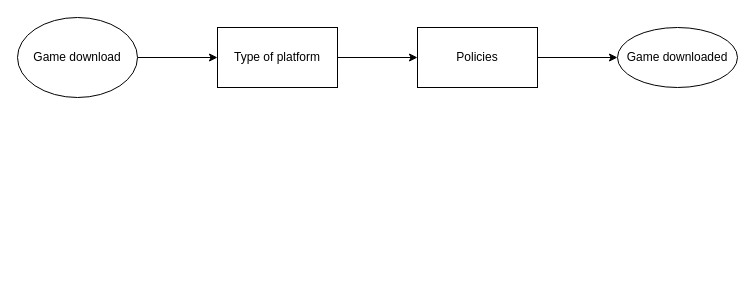
Above: video_game_shop.drawio in samuelroiz/WorkFlows_storage (draw.io), before the change. Source tidied: cells renumbered, new cells numbered last; positions are measured from the earlier drawing's top-left corner, leaving out a move shared by most shapes. Both pictures are drawn from the tidied source at 100%, with x=0, y=0 at pixel (17, 17).
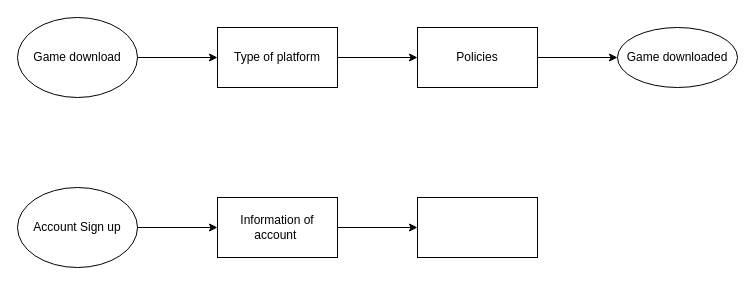
After the change.

What changed in the source:
```diff
@@
 <mxGraphModel>
   <root>
     <mxCell id="0" />
     <mxCell id="1" parent="0" />
     <mxCell id="2" style="edgeStyle=orthogonalEdgeStyle;rounded=0;jettySize=auto;html=1;" parent="1" edge="1" source="3" target="5">
       <mxGeometry relative="1" as="geometry" />
     </mxCell>
     <mxCell id="3" value="Game download" style="ellipse;whiteSpace=wrap;html=1;" parent="1" vertex="1">
       <mxGeometry width="120" height="80" as="geometry" />
     </mxCell>
     <mxCell id="4" style="edgeStyle=orthogonalEdgeStyle;rounded=0;jettySize=auto;html=1;" parent="1" edge="1" source="5" target="7">
       <mxGeometry relative="1" as="geometry" />
     </mxCell>
     <mxCell id="5" value="Type of platform" style="whiteSpace=wrap;html=1;" parent="1" vertex="1">
       <mxGeometry x="200" y="10" width="120" height="60" as="geometry" />
     </mxCell>
     <mxCell id="6" style="edgeStyle=orthogonalEdgeStyle;rounded=0;jettySize=auto;html=1;" parent="1" edge="1" source="7" target="8">
       <mxGeometry relative="1" as="geometry" />
     </mxCell>
     <mxCell id="7" value="Policies" style="whiteSpace=wrap;html=1;" parent="1" vertex="1">
       <mxGeometry x="400" y="10" width="120" height="60" as="geometry" />
     </mxCell>
     <mxCell id="8" value="Game downloaded" style="ellipse;whiteSpace=wrap;html=1;" parent="1" vertex="1">
       <mxGeometry x="600" y="10" width="120" height="60" as="geometry" />
     </mxCell>
+    <mxCell id="9" style="edgeStyle=orthogonalEdgeStyle;rounded=0;jettySize=auto;html=1;" parent="1" edge="1" source="10" target="12">
+      <mxGeometry relative="1" as="geometry" />
+    </mxCell>
+    <mxCell id="10" value="Account Sign up" style="ellipse;whiteSpace=wrap;html=1;" parent="1" vertex="1">
+      <mxGeometry y="170" width="120" height="80" as="geometry" />
+    </mxCell>
+    <mxCell id="11" style="edgeStyle=orthogonalEdgeStyle;rounded=0;jettySize=auto;html=1;" parent="1" edge="1" source="12" target="13">
+      <mxGeometry relative="1" as="geometry" />
+    </mxCell>
+    <mxCell id="12" value="Information of account&amp;nbsp;" style="whiteSpace=wrap;html=1;" parent="1" vertex="1">
+      <mxGeometry x="200" y="180" width="120" height="60" as="geometry" />
+    </mxCell>
+    <mxCell id="13" style="whiteSpace=wrap;html=1;" parent="1" vertex="1">
+      <mxGeometry x="400" y="180" width="120" height="60" as="geometry" />
+    </mxCell>
   </root>
 </mxGraphModel>
```
